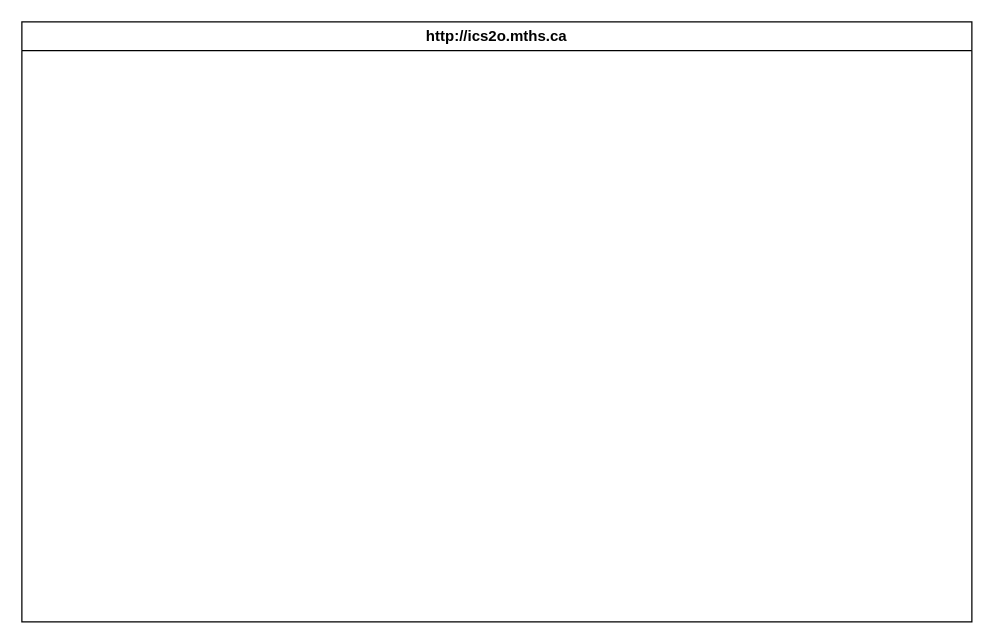
Above: design/storyboard.drawio in MTHS-ICD2O-1-2023/ICD2O-Unit-5-04-Gabriel-Zanardi (draw.io), before the change. Source tidied: cells renumbered, new cells numbered last; positions are measured from the earlier drawing's top-left corner, leaving out a move shared by most shapes. Both pictures are drawn from the tidied source at 125%, with x=0, y=0 at pixel (21, 21).
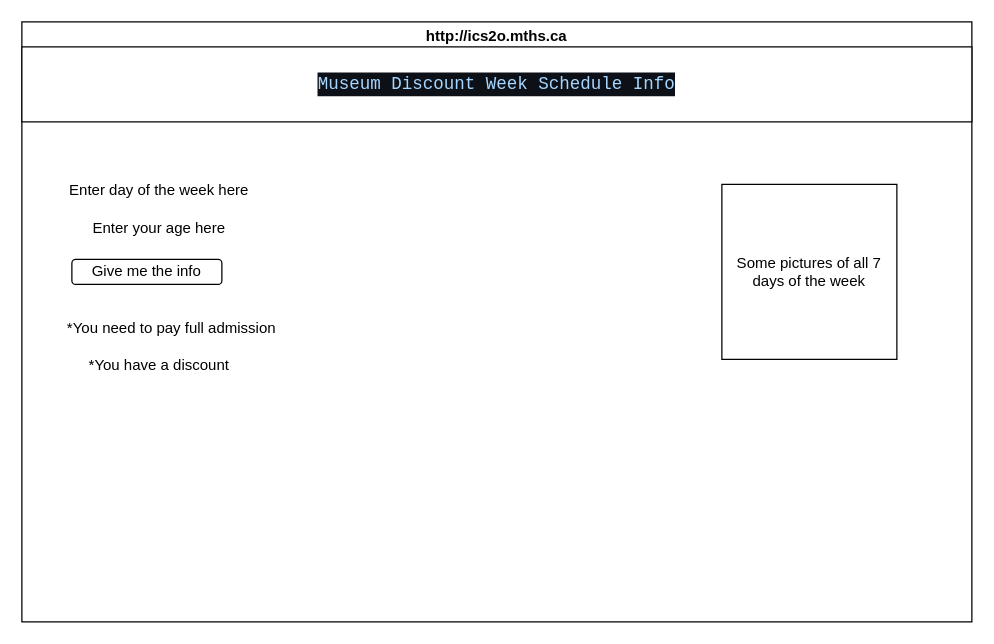
The same page after the edit.

Commit message:
init storyboard

Diff of the diagram source:
```diff
@@
 <mxGraphModel>
   <root>
     <mxCell id="0" />
     <mxCell id="1" parent="0" />
     <mxCell id="2" value="http://ics2o.mths.ca" style="swimlane;whiteSpace=wrap;html=1;" parent="1" vertex="1">
       <mxGeometry width="760" height="480" as="geometry" />
     </mxCell>
+    <mxCell id="3" value="&lt;div style=&quot;color: rgb(230, 237, 243); background-color: rgb(13, 17, 23); font-family: Consolas, &amp;quot;Courier New&amp;quot;, monospace; font-size: 14px; line-height: 19px;&quot;&gt;&lt;span style=&quot;color: #a5d6ff;&quot;&gt;Museum Discount Week Schedule Info&lt;/span&gt;&lt;/div&gt;" style="rounded=0;whiteSpace=wrap;html=1;" parent="2" vertex="1">
+      <mxGeometry y="20" width="760" height="60" as="geometry" />
+    </mxCell>
+    <mxCell id="4" value="Enter day of the week here" style="text;html=1;strokeColor=none;fillColor=none;align=center;verticalAlign=middle;whiteSpace=wrap;rounded=0;" parent="2" vertex="1">
+      <mxGeometry x="20" y="120" width="180" height="30" as="geometry" />
+    </mxCell>
+    <mxCell id="5" value="Enter your age here" style="text;html=1;strokeColor=none;fillColor=none;align=center;verticalAlign=middle;whiteSpace=wrap;rounded=0;" parent="2" vertex="1">
+      <mxGeometry x="20" y="150" width="180" height="30" as="geometry" />
+    </mxCell>
+    <mxCell id="6" value="Some pictures of all 7 days of the week" style="whiteSpace=wrap;html=1;" parent="2" vertex="1">
+      <mxGeometry x="560" y="130" width="140" height="140" as="geometry" />
+    </mxCell>
+    <mxCell id="7" value="*You need to pay full admission" style="text;html=1;strokeColor=none;fillColor=none;align=center;verticalAlign=middle;whiteSpace=wrap;rounded=0;" parent="2" vertex="1">
+      <mxGeometry x="20" y="230" width="200" height="30" as="geometry" />
+    </mxCell>
+    <mxCell id="8" value="*You have a discount" style="text;html=1;strokeColor=none;fillColor=none;align=center;verticalAlign=middle;whiteSpace=wrap;rounded=0;" parent="2" vertex="1">
+      <mxGeometry x="10" y="260" width="200" height="30" as="geometry" />
+    </mxCell>
+    <mxCell id="9" value="Give me the info" style="rounded=1;whiteSpace=wrap;html=1;" parent="2" vertex="1">
+      <mxGeometry x="40" y="190" width="120" height="20" as="geometry" />
+    </mxCell>
   </root>
 </mxGraphModel>
```
